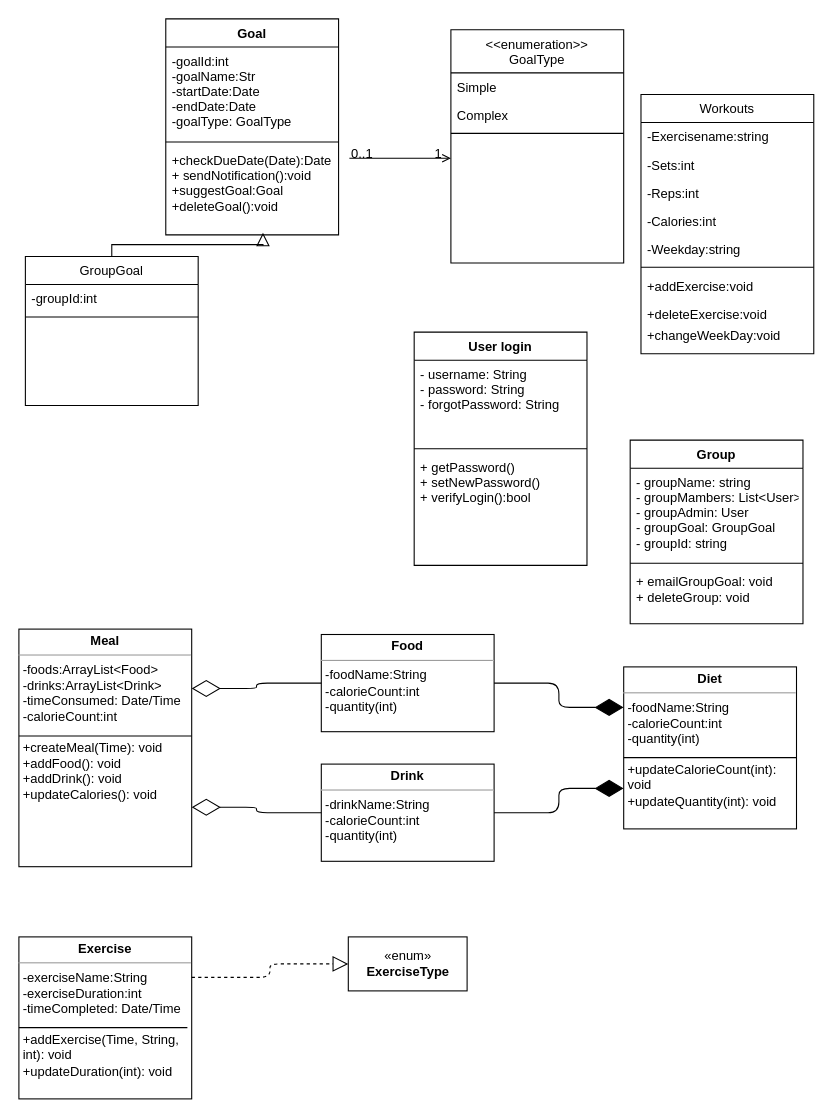
The draw.io diagram Untitled Diagram.drawio in UEAHealthTracker/HealthTracker, before the edit. Source tidied: cells renumbered, new cells numbered last; positions are measured from the earlier drawing's top-left corner, leaving out a move shared by most shapes. Both pictures are drawn from the tidied source at 108%, with x=0, y=0 at pixel (18, 18).
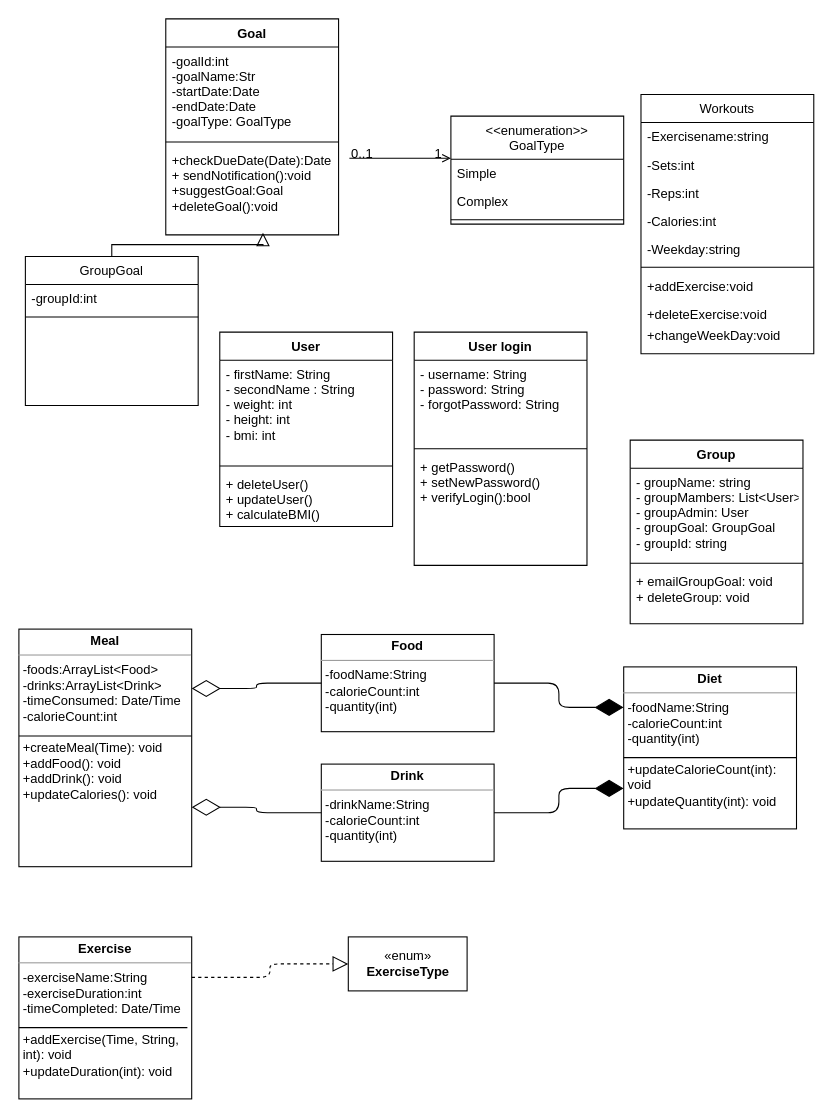
Above is the later version.

The edit, as a diff of the source:
```diff
@@
     <mxCell id="6" value="&lt;&lt;enumeration&gt;&gt;&#10;GoalType" style="swimlane;fontStyle=0;align=center;verticalAlign=top;horizontal=1;startSize=40;rounded=0;shadow=0;strokeWidth=1;" parent="1" vertex="1">
-      <mxGeometry x="400" y="10" width="160" height="216" as="geometry" />
+      <mxGeometry x="400" y="90" width="160" height="100" as="geometry" />
     </mxCell>
@@
+    <mxCell id="49" value="User" style="swimlane;fontStyle=1;align=center;verticalAlign=top;horizontal=1;startSize=26;" parent="1" vertex="1">
+      <mxGeometry x="186" y="290" width="160" height="180" as="geometry" />
+    </mxCell>
+    <mxCell id="50" value="- firstName: String&#10;- secondName : String&#10;- weight: int&#10;- height: int&#10;- bmi: int" style="text;strokeColor=none;fillColor=none;align=left;verticalAlign=top;spacingLeft=4;spacingRight=4;overflow=hidden;" parent="49" vertex="1">
+      <mxGeometry y="26" width="160" height="94" as="geometry" />
+    </mxCell>
+    <mxCell id="51" style="line;strokeWidth=1;fillColor=none;align=left;verticalAlign=middle;spacingTop=-1;spacingLeft=3;spacingRight=3;labelPosition=right;" parent="49" vertex="1">
+      <mxGeometry y="120" width="160" height="8" as="geometry" />
+    </mxCell>
+    <mxCell id="52" value="+ deleteUser()&#10;+ updateUser()&#10;+ calculateBMI()" style="text;strokeColor=none;fillColor=none;align=left;verticalAlign=top;spacingLeft=4;spacingRight=4;overflow=hidden;" parent="49" vertex="1">
+      <mxGeometry y="128" width="160" height="52" as="geometry" />
+    </mxCell>
```
